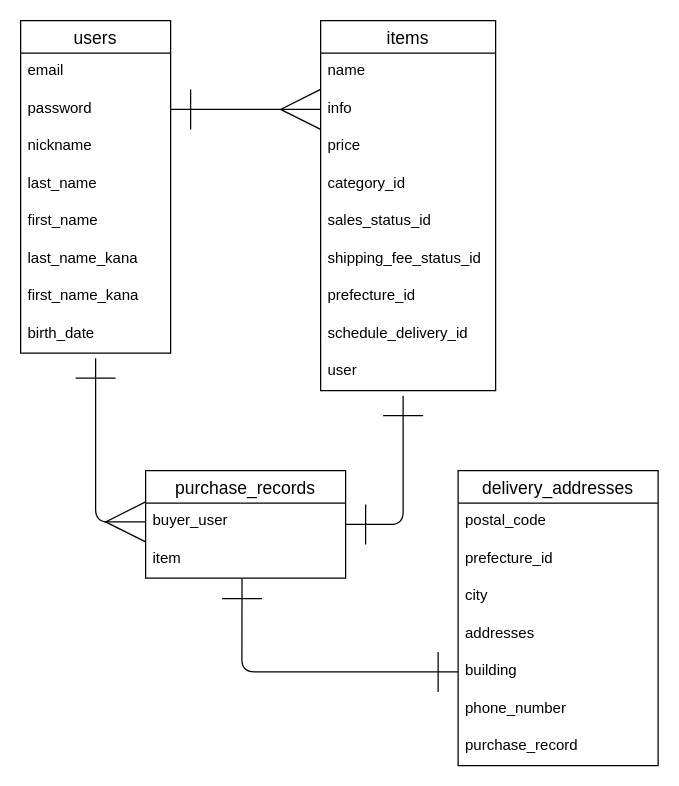
satoru0725/furima-37585 keeps this draw.io diagram as ER.dio. Above is the earlier version. Source tidied: cells renumbered, new cells numbered last; positions are measured from the earlier drawing's top-left corner, leaving out a move shared by most shapes. Both pictures are drawn from the tidied source at 125%, with x=0, y=0 at pixel (20, 20).
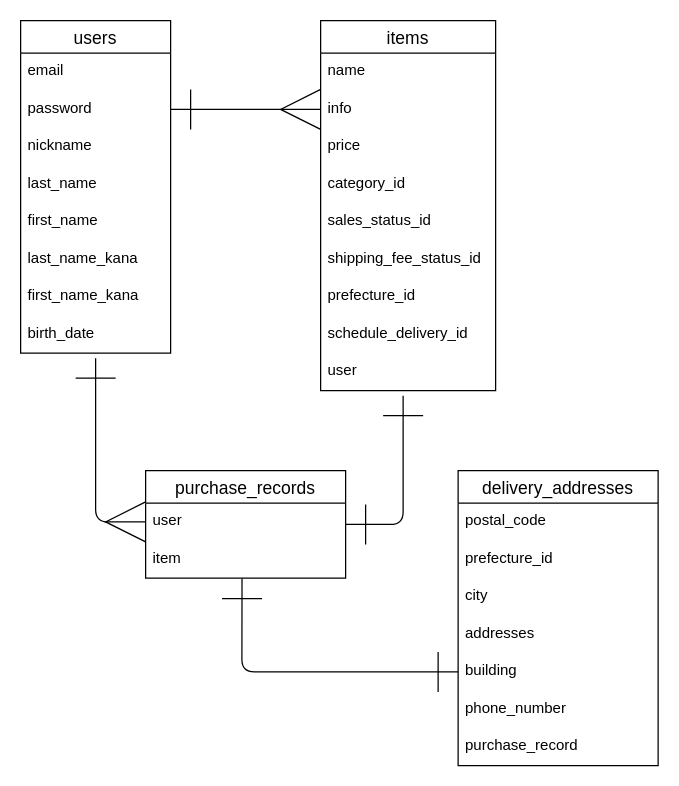
After the change.

Unchanged cells that the change refers to:
```xml
<mxCell id="22" value="purchase_records" style="swimlane;fontStyle=0;horizontal=1;startSize=26;align=center;fontSize=14;" parent="1" vertex="1">
  <mxGeometry x="100" y="360" width="160" height="86" as="geometry" />
</mxCell>
```

Change to the diagram source:
```diff
@@
-    <mxCell id="23" value="buyer_user" style="text;strokeColor=none;fillColor=none;spacingLeft=4;spacingRight=4;overflow=hidden;points=[[0,0.5],[1,0.5]];portConstraint=eastwest;fontSize=12;" parent="22" vertex="1">
+    <mxCell id="23" value="user" style="text;strokeColor=none;fillColor=none;spacingLeft=4;spacingRight=4;overflow=hidden;points=[[0,0.5],[1,0.5]];portConstraint=eastwest;fontSize=12;" parent="22" vertex="1">
       <mxGeometry y="26" width="160" height="30" as="geometry" />
     </mxCell>
```
